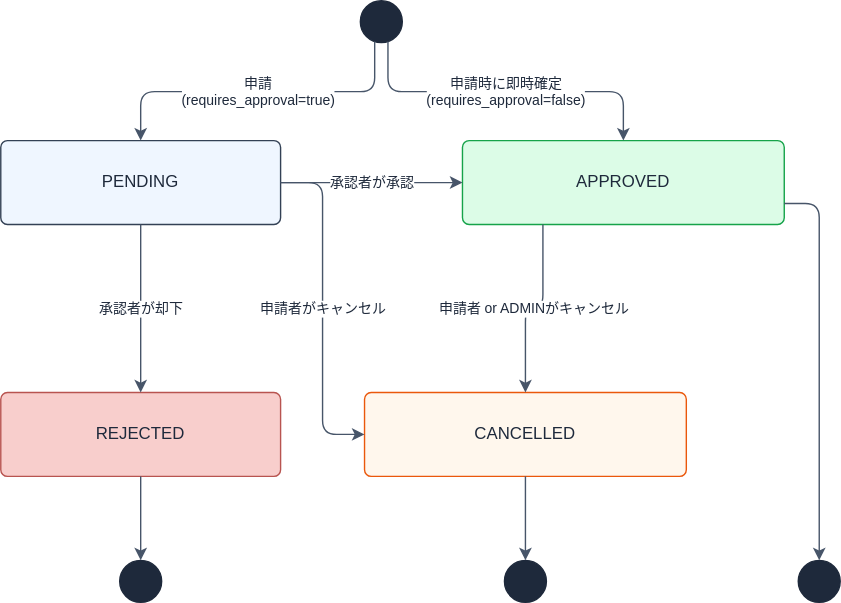
This is docs-next/static/diagrams/spec/requirements-reservation-status.drawio.svg from CHS-Training-Org/ai_training_for_chuo_system, a draw.io export, as it was before one commit. Source tidied: cells renumbered, new cells last; positions are measured from the earlier drawing's top-left corner, leaving out a move shared by most shapes.
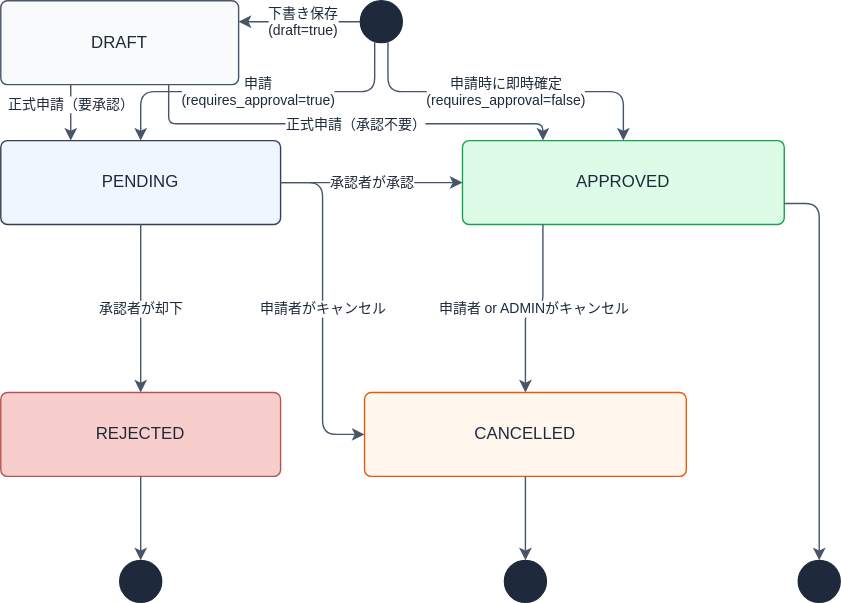
The same file after the commit.

What changed in the source:
```diff
@@ -17,6 +17,9 @@
     <mxCell id="6" value="CANCELLED" style="rounded=1;whiteSpace=wrap;html=1;fillColor=#FFF7ED;strokeColor=#EA580C;fontColor=#1E293B;arcSize=8;" parent="1" vertex="1">
       <mxGeometry x="260" y="280" width="230" height="60" as="geometry" />
     </mxCell>
+    <mxCell id="19" value="DRAFT" style="rounded=1;whiteSpace=wrap;html=1;fillColor=#F1F5F9;strokeColor=#64748B;fontColor=#1E293B;arcSize=8;" parent="1" vertex="1">
+      <mxGeometry width="170" height="60" as="geometry" />
+    </mxCell>
     <mxCell id="7" style="ellipse;fillColor=#1E293B;strokeColor=#1E293B;" parent="1" vertex="1">
       <mxGeometry x="570" y="400" width="30" height="30" as="geometry" />
     </mxCell>
@@ -58,5 +61,19 @@
     <mxCell id="18" style="edgeStyle=orthogonalEdgeStyle;rounded=1;jettySize=auto;html=1;strokeColor=#475569;exitX=0.5;exitY=1;exitDx=0;exitDy=0;entryX=0.5;entryY=0;entryDx=0;entryDy=0;" parent="1" edge="1" source="6" target="9">
       <mxGeometry relative="1" as="geometry" />
     </mxCell>
+    <mxCell id="20" value="下書き保存&#10;(draft=true)" style="edgeStyle=orthogonalEdgeStyle;rounded=1;jettySize=auto;html=1;strokeColor=#475569;fontColor=#1E293B;fontSize=10;labelBackgroundColor=#ffffff;exitX=0;exitY=0.5;exitDx=0;exitDy=0;entryX=1;entryY=0.25;entryDx=0;entryDy=0;" parent="1" edge="1" source="2" target="19">
+      <mxGeometry relative="1" as="geometry" />
+    </mxCell>
+    <mxCell id="21" value="正式申請（要承認）" style="edgeStyle=orthogonalEdgeStyle;rounded=1;jettySize=auto;html=1;strokeColor=#475569;fontColor=#1E293B;fontSize=10;labelBackgroundColor=#ffffff;exitX=0.294;exitY=1;exitDx=0;exitDy=0;entryX=0.25;entryY=0;entryDx=0;entryDy=0;" parent="1" edge="1" source="19" target="3">
+      <mxGeometry relative="1" as="geometry" />
+    </mxCell>
+    <mxCell id="22" value="正式申請（承認不要）" style="edgeStyle=orthogonalEdgeStyle;rounded=1;jettySize=auto;html=1;strokeColor=#475569;fontColor=#1E293B;fontSize=10;labelBackgroundColor=#ffffff;exitX=0.706;exitY=1;exitDx=0;exitDy=0;entryX=0.25;entryY=0;entryDx=0;entryDy=0;" parent="1" edge="1" source="19" target="4">
+      <mxGeometry relative="1" as="geometry">
+        <Array as="points">
+          <mxPoint x="120" y="85" />
+          <mxPoint x="388" y="85" />
+        </Array>
+      </mxGeometry>
+    </mxCell>
   </root>
 </mxGraphModel>
```
